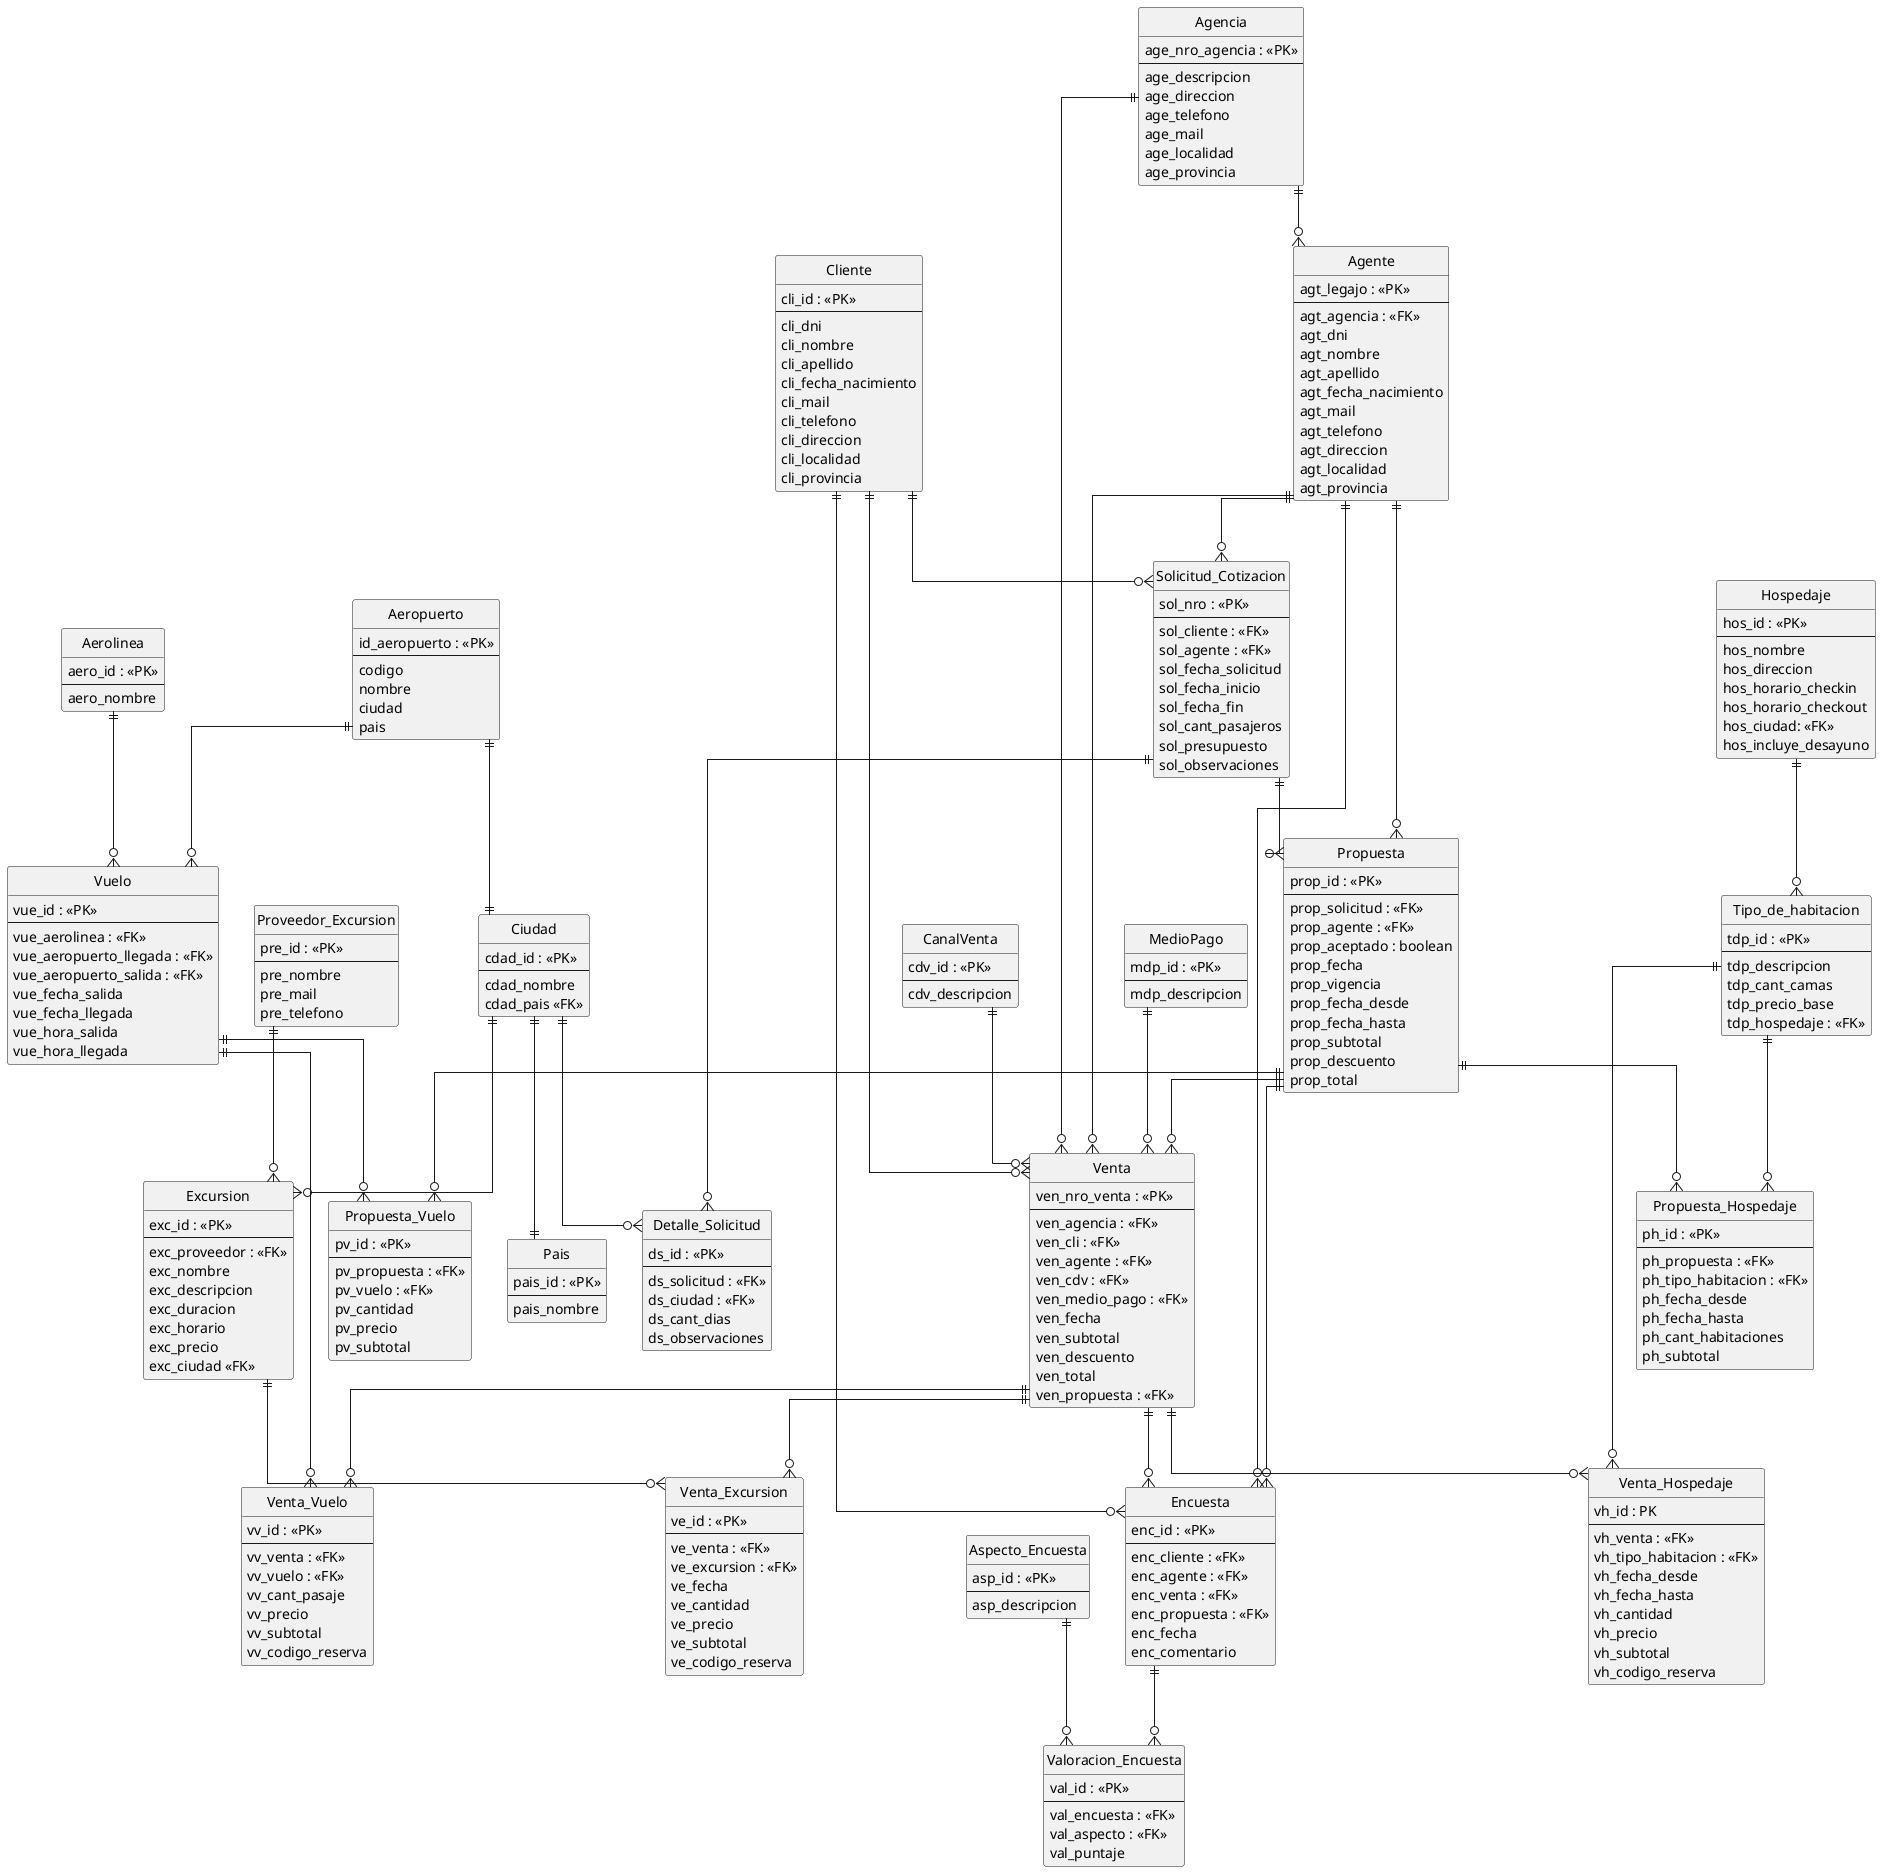
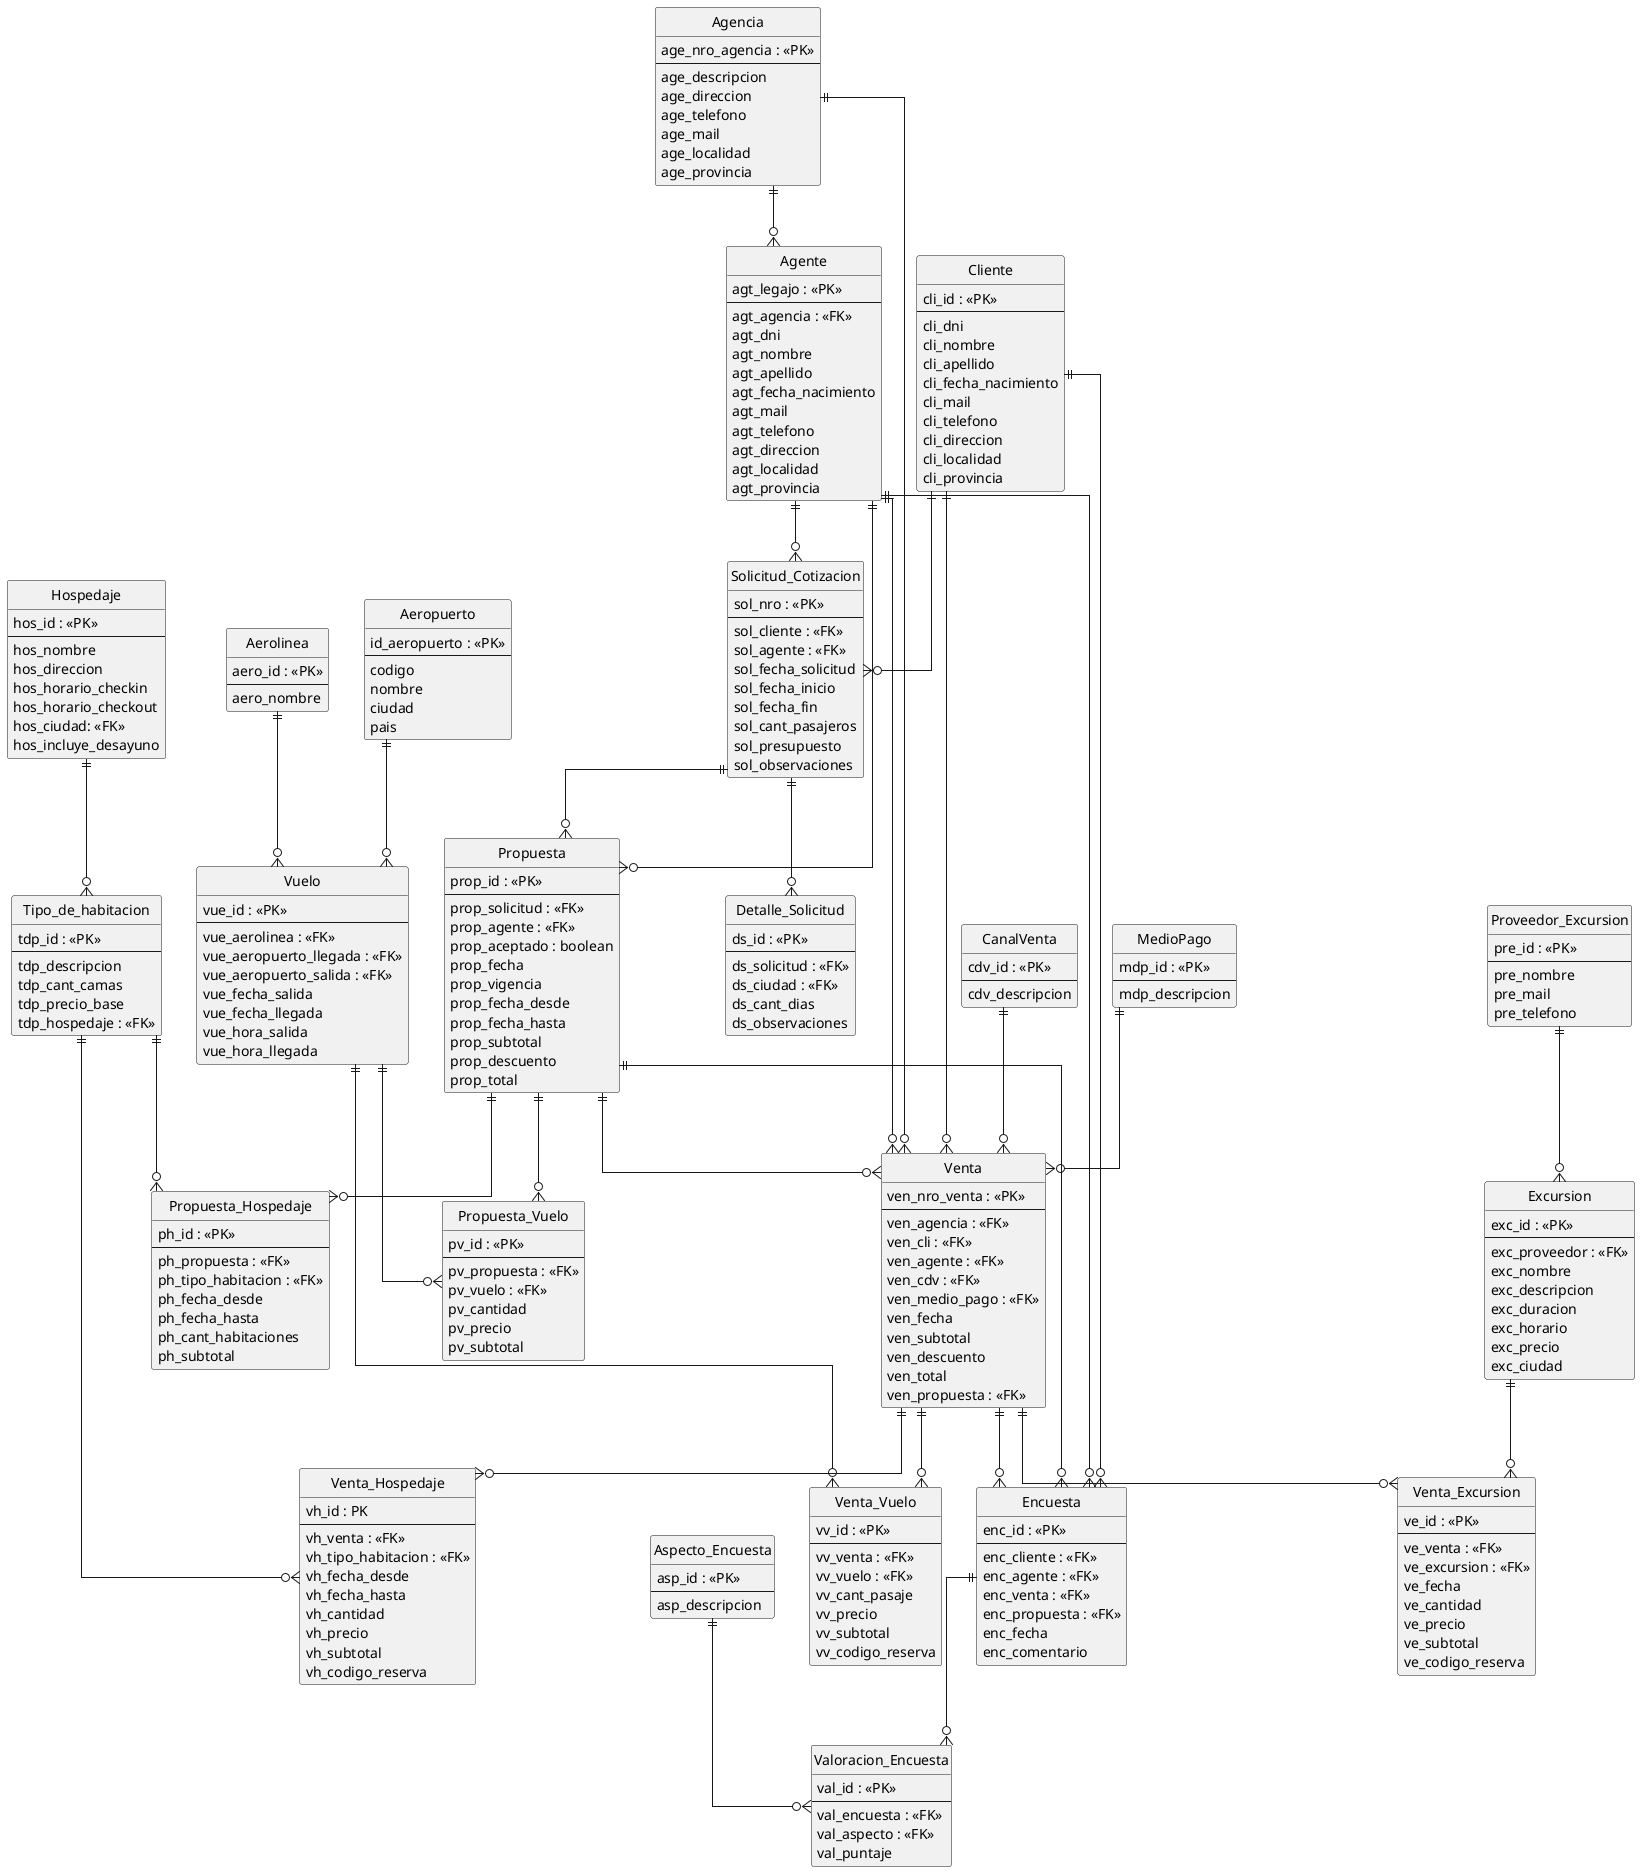
@startuml
hide circle
skinparam linetype ortho

entity Agencia {
  age_nro_agencia : <<PK>>
  --
  age_descripcion
  age_direccion
  age_telefono
  age_mail
  age_localidad
  age_provincia
}

entity Cliente {
  cli_id : <<PK>>
  --
  cli_dni
  cli_nombre
  cli_apellido
  cli_fecha_nacimiento
  cli_mail
  cli_telefono
  cli_direccion
  cli_localidad
  cli_provincia
}

entity Agente {
  agt_legajo : <<PK>>
  --
  agt_agencia : <<FK>>
  agt_dni
  agt_nombre
  agt_apellido
  agt_fecha_nacimiento
  agt_mail
  agt_telefono
  agt_direccion
  agt_localidad
  agt_provincia
}

entity CanalVenta {
  cdv_id : <<PK>>
  --
  cdv_descripcion
}

entity MedioPago {
  mdp_id : <<PK>>
  --
  mdp_descripcion
}

- entity Ciudad {
-   cdad_id : <<PK>>
-   --
-   cdad_nombre
-   cdad_pais <<FK>>
- }
- 
- entity Pais {
-   pais_id : <<PK>>
-   --
-   pais_nombre
- }
- 
entity Aerolinea {
  aero_id : <<PK>>
  --
  aero_nombre
}

entity Aeropuerto {
  id_aeropuerto : <<PK>>
  --
  codigo
  nombre
  ciudad
  pais
}

entity Vuelo {
  vue_id : <<PK>>
  --
  vue_aerolinea : <<FK>>
  vue_aeropuerto_llegada : <<FK>>
  vue_aeropuerto_salida : <<FK>>
  vue_fecha_salida
  vue_fecha_llegada
  vue_hora_salida
  vue_hora_llegada
}

entity Hospedaje {
  hos_id : <<PK>>
  --
  hos_nombre
  hos_direccion
  hos_horario_checkin
  hos_horario_checkout
  hos_ciudad: <<FK>>
  hos_incluye_desayuno
}

entity Tipo_de_habitacion {
  tdp_id : <<PK>>
  --
  tdp_descripcion
  tdp_cant_camas
  tdp_precio_base
  tdp_hospedaje : <<FK>>
}

entity Proveedor_Excursion {
  pre_id : <<PK>>
  --
  pre_nombre
  pre_mail
  pre_telefono
}

entity Excursion {
  exc_id : <<PK>>
  --
  exc_proveedor : <<FK>>
  exc_nombre
  exc_descripcion
  exc_duracion
  exc_horario
  exc_precio
-   exc_ciudad <<FK>>
+   exc_ciudad
}

entity Venta {
  ven_nro_venta : <<PK>>
  --
  ven_agencia : <<FK>>
  ven_cli : <<FK>>
  ven_agente : <<FK>>
  ven_cdv : <<FK>>
  ven_medio_pago : <<FK>>
  ven_fecha
  ven_subtotal
  ven_descuento
  ven_total
  ven_propuesta : <<FK>>
}

entity Venta_Vuelo {
  vv_id : <<PK>>
  --
  vv_venta : <<FK>>
  vv_vuelo : <<FK>>
  vv_cant_pasaje
  vv_precio
  vv_subtotal
  vv_codigo_reserva
}

entity Venta_Hospedaje {
  vh_id : PK
  --
  vh_venta : <<FK>>
  vh_tipo_habitacion : <<FK>>
  vh_fecha_desde
  vh_fecha_hasta
  vh_cantidad
  vh_precio
  vh_subtotal
  vh_codigo_reserva
}

entity Venta_Excursion {
  ve_id : <<PK>>
  --
  ve_venta : <<FK>>
  ve_excursion : <<FK>>
  ve_fecha
  ve_cantidad
  ve_precio
  ve_subtotal
  ve_codigo_reserva
}

entity Solicitud_Cotizacion {
  sol_nro : <<PK>>
  --
  sol_cliente : <<FK>>
  sol_agente : <<FK>>
  sol_fecha_solicitud
  sol_fecha_inicio
  sol_fecha_fin
  sol_cant_pasajeros
  sol_presupuesto
  sol_observaciones
}

entity Detalle_Solicitud {
  ds_id : <<PK>>
  --
  ds_solicitud : <<FK>>
  ds_ciudad : <<FK>>
  ds_cant_dias
  ds_observaciones
}

entity Propuesta {
  prop_id : <<PK>>
  --
  prop_solicitud : <<FK>>
  prop_agente : <<FK>>
  prop_aceptado : boolean
  prop_fecha
  prop_vigencia
  prop_fecha_desde
  prop_fecha_hasta
  prop_subtotal
  prop_descuento
  prop_total
}

entity Propuesta_Vuelo {
  pv_id : <<PK>>
  --
  pv_propuesta : <<FK>>
  pv_vuelo : <<FK>>
  pv_cantidad
  pv_precio
  pv_subtotal
}

entity Propuesta_Hospedaje {
  ph_id : <<PK>>
  --
  ph_propuesta : <<FK>>
  ph_tipo_habitacion : <<FK>>
  ph_fecha_desde
  ph_fecha_hasta
  ph_cant_habitaciones
  ph_subtotal
}

entity Encuesta {
  enc_id : <<PK>>
  --
  enc_cliente : <<FK>>
  enc_agente : <<FK>>
  enc_venta : <<FK>>
  enc_propuesta : <<FK>>
  enc_fecha
  enc_comentario
}

entity Aspecto_Encuesta {
  asp_id : <<PK>>
  --
  asp_descripcion
}

entity Valoracion_Encuesta {
  val_id : <<PK>>
  --
  val_encuesta : <<FK>>
  val_aspecto : <<FK>>
  val_puntaje
}

Agencia ||--o{ Agente
Agencia ||--o{ Venta

Cliente ||--o{ Venta
Cliente ||--o{ Solicitud_Cotizacion
Cliente ||--o{ Encuesta

Agente ||--o{ Venta
Agente ||--o{ Solicitud_Cotizacion
Agente ||--o{ Propuesta
Agente ||--o{ Encuesta

CanalVenta ||--o{ Venta
MedioPago ||--o{ Venta

Aerolinea ||--o{ Vuelo
Aeropuerto ||--o{ Vuelo
- Aeropuerto ||--|| Ciudad

Hospedaje ||--o{ Tipo_de_habitacion

Proveedor_Excursion ||--o{ Excursion

Venta ||--o{ Venta_Vuelo
Venta ||--o{ Venta_Hospedaje
Venta ||--o{ Venta_Excursion

Vuelo ||--o{ Venta_Vuelo
Tipo_de_habitacion ||--o{ Venta_Hospedaje
Excursion ||--o{ Venta_Excursion
- Ciudad ||--o{ Excursion

Solicitud_Cotizacion ||--o{ Detalle_Solicitud
Solicitud_Cotizacion ||--o{ Propuesta

- Ciudad ||--o{ Detalle_Solicitud
- 
Propuesta ||--o{ Propuesta_Vuelo
Propuesta ||--o{ Propuesta_Hospedaje

Vuelo ||--o{ Propuesta_Vuelo
Tipo_de_habitacion ||--o{ Propuesta_Hospedaje

Propuesta ||--o{ Venta

Encuesta ||--o{ Valoracion_Encuesta
Aspecto_Encuesta ||--o{ Valoracion_Encuesta

Venta ||--o{ Encuesta
Propuesta ||--o{ Encuesta

- Ciudad ||--|| Pais

@enduml
